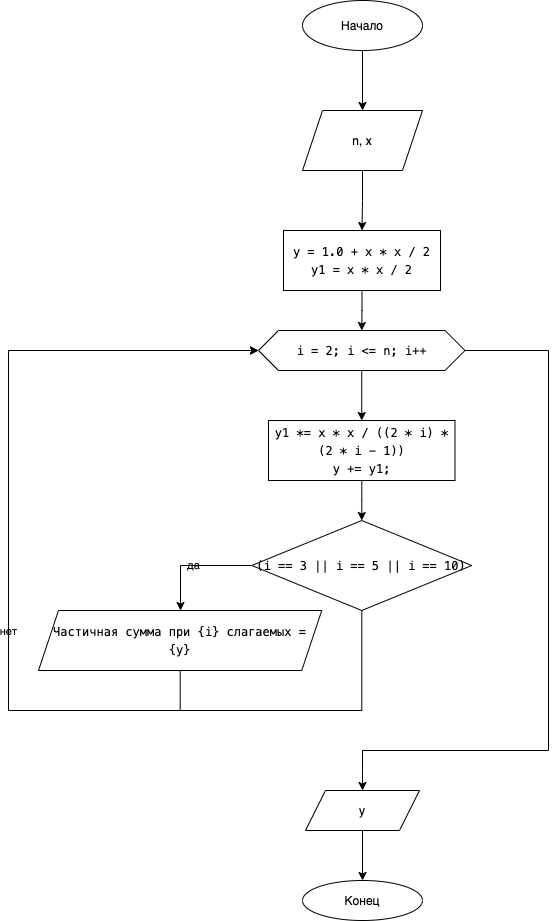
Earlier version of the draw.io export scheme/scheme4.png (qqq-Homeworks/lab-3-PogrammingBasics). Source tidied: cells renumbered, new cells last; positions are measured from the earlier drawing's top-left corner, leaving out a move shared by most shapes.
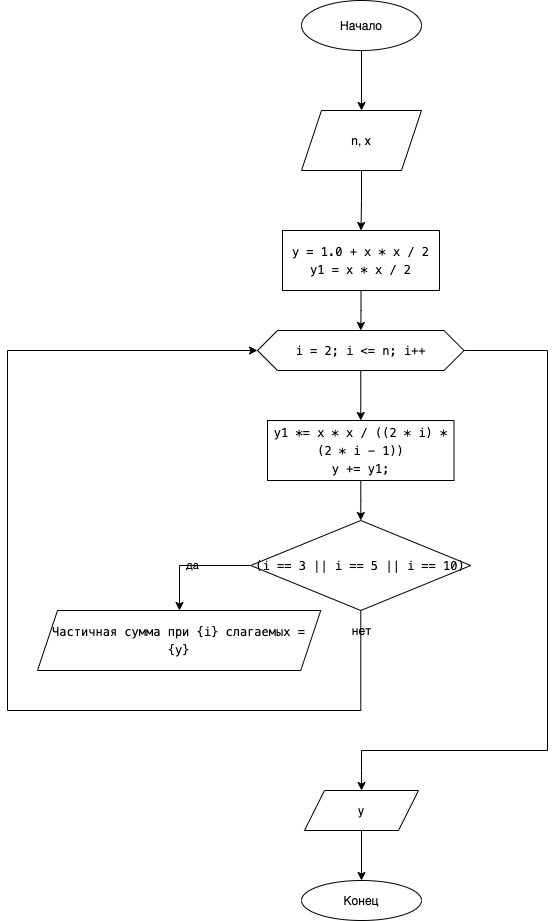
Above is the later version.

What changed in the source:
```diff
@@ -49,7 +49,7 @@
         </Array>
       </mxGeometry>
     </mxCell>
-    <mxCell id="14" value="нет" style="edgeStyle=orthogonalEdgeStyle;rounded=0;jettySize=auto;html=1;labelBackgroundColor=none;" parent="1" edge="1" source="15">
+    <mxCell id="14" style="edgeStyle=orthogonalEdgeStyle;rounded=0;jettySize=auto;html=1;labelBackgroundColor=none;" parent="1" edge="1" source="15">
       <mxGeometry relative="1" as="geometry">
         <mxPoint x="250" y="350" as="targetPoint" />
         <Array as="points">
@@ -62,15 +62,6 @@
     <mxCell id="15" value="&lt;meta charset=&quot;utf-8&quot;&gt;&lt;div style=&quot;font-family: menlo, monaco, &amp;quot;courier new&amp;quot;, monospace; font-weight: normal; font-size: 12px; line-height: 18px;&quot;&gt;&lt;div&gt;&lt;span style=&quot;&quot;&gt;(&lt;/span&gt;&lt;span style=&quot;&quot;&gt;i&lt;/span&gt;&lt;span style=&quot;&quot;&gt; &lt;/span&gt;&lt;span style=&quot;&quot;&gt;==&lt;/span&gt;&lt;span style=&quot;&quot;&gt; &lt;/span&gt;&lt;span style=&quot;&quot;&gt;3&lt;/span&gt;&lt;span style=&quot;&quot;&gt; &lt;/span&gt;&lt;span style=&quot;&quot;&gt;||&lt;/span&gt;&lt;span style=&quot;&quot;&gt; &lt;/span&gt;&lt;span style=&quot;&quot;&gt;i&lt;/span&gt;&lt;span style=&quot;&quot;&gt; &lt;/span&gt;&lt;span style=&quot;&quot;&gt;==&lt;/span&gt;&lt;span style=&quot;&quot;&gt; &lt;/span&gt;&lt;span style=&quot;&quot;&gt;5&lt;/span&gt;&lt;span style=&quot;&quot;&gt; &lt;/span&gt;&lt;span style=&quot;&quot;&gt;||&lt;/span&gt;&lt;span style=&quot;&quot;&gt; &lt;/span&gt;&lt;span style=&quot;&quot;&gt;i&lt;/span&gt;&lt;span style=&quot;&quot;&gt; &lt;/span&gt;&lt;span style=&quot;&quot;&gt;==&lt;/span&gt;&lt;span style=&quot;&quot;&gt; &lt;/span&gt;&lt;span style=&quot;&quot;&gt;10&lt;/span&gt;&lt;span style=&quot;&quot;&gt;)&lt;/span&gt;&lt;/div&gt;&lt;/div&gt;" style="rhombus;whiteSpace=wrap;html=1;labelBackgroundColor=none;" parent="1" vertex="1">
       <mxGeometry x="243.2" y="520" width="220" height="90" as="geometry" />
     </mxCell>
-    <mxCell id="16" style="edgeStyle=orthogonalEdgeStyle;rounded=0;jettySize=auto;html=1;entryX=0;entryY=0.5;entryDx=0;entryDy=0;labelBackgroundColor=none;" parent="1" edge="1" source="17" target="10">
-      <mxGeometry relative="1" as="geometry">
-        <Array as="points">
-          <mxPoint x="172" y="710" />
-          <mxPoint y="710" />
-          <mxPoint y="350" />
-        </Array>
-      </mxGeometry>
-    </mxCell>
     <mxCell id="17" value="&lt;div style=&quot;font-family: menlo, monaco, &amp;quot;courier new&amp;quot;, monospace; font-weight: normal; font-size: 12px; line-height: 18px;&quot;&gt;&lt;div&gt;&lt;span style=&quot;&quot;&gt;Частичная сумма при {i}&lt;/span&gt;&lt;span style=&quot;&quot;&gt;&amp;nbsp;слагаемых = {y}&lt;/span&gt;&lt;/div&gt;&lt;/div&gt;" style="shape=parallelogram;perimeter=parallelogramPerimeter;whiteSpace=wrap;html=1;fixedSize=1;labelBackgroundColor=none;" parent="1" vertex="1">
       <mxGeometry x="30" y="610" width="283.2" height="60" as="geometry" />
     </mxCell>
@@ -83,5 +74,8 @@
     <mxCell id="20" value="Конец" style="ellipse;whiteSpace=wrap;html=1;labelBackgroundColor=none;" parent="1" vertex="1">
       <mxGeometry x="294" y="880" width="120" height="40" as="geometry" />
     </mxCell>
+    <mxCell id="21" value="нет" style="text;html=1;align=center;verticalAlign=middle;strokeColor=none;fillColor=none;" parent="1" vertex="1">
+      <mxGeometry x="339" y="620" width="30" height="20" as="geometry" />
+    </mxCell>
   </root>
 </mxGraphModel>
```
